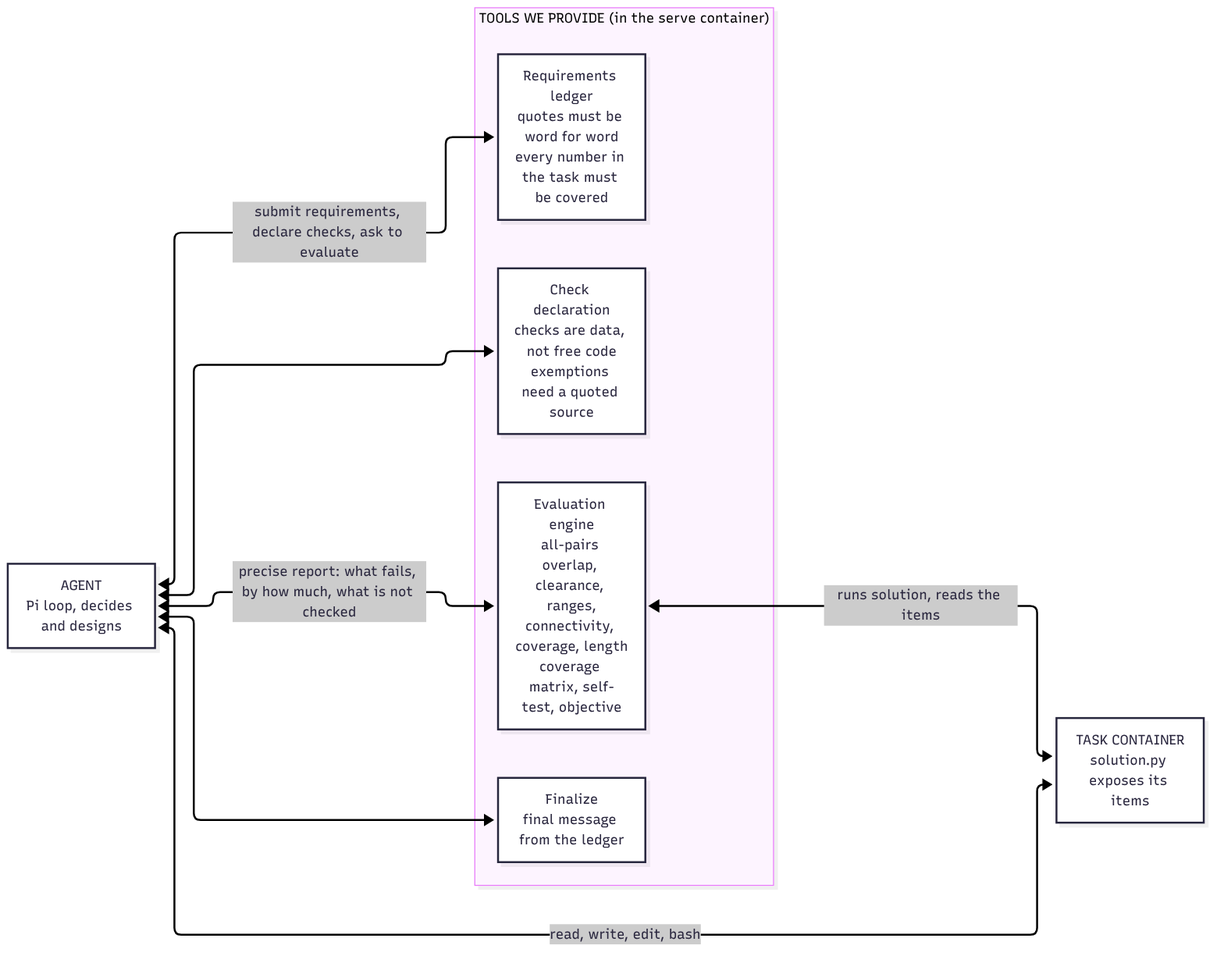
SophusRosendahl/ple-submission keeps this Mermaid diagram as docs/figures/fig5-structured-architecture.png. Above is the earlier version. Its source is kept beside it as docs/figures/fig5-structured-architecture.mmd.
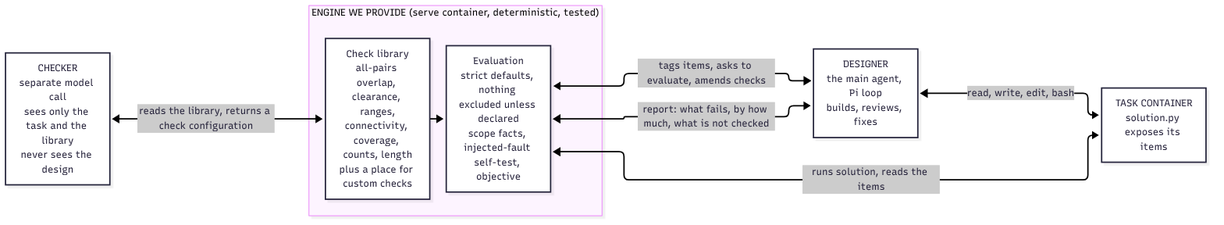
Later version of the same file.

Commit message:
Rung 3 redesigned: strict engine with a check library, an independent checker, a reviewing designer; no quote validation

The edit, as a diff of the source:
```diff
@@ -1,15 +1,14 @@
 flowchart LR
-  AG["AGENT<br/>Pi loop, decides and designs"]
-  subgraph TOOLS["TOOLS WE PROVIDE (in the serve container)"]
-    RL["Requirements ledger<br/>quotes must be word for word<br/>every number in the task must be covered"]
-    CD["Check declaration<br/>checks are data, not free code<br/>exemptions need a quoted source"]
-    EN["Evaluation engine<br/>all-pairs overlap, clearance, ranges,<br/>connectivity, coverage, length<br/>coverage matrix, self-test, objective"]
-    FN["Finalize<br/>final message from the ledger"]
+  CK["CHECKER<br/>separate model call<br/>sees only the task and the library<br/>never sees the design"]
+  DS["DESIGNER<br/>the main agent, Pi loop<br/>builds, reviews, fixes"]
+  subgraph ENG["ENGINE WE PROVIDE (serve container, deterministic, tested)"]
+    LB["Check library<br/>all-pairs overlap, clearance, ranges,<br/>connectivity, coverage, counts, length<br/>plus a place for custom checks"]
+    EV["Evaluation<br/>strict defaults, nothing excluded unless declared<br/>scope facts, injected-fault self-test, objective"]
   end
   TC["TASK CONTAINER<br/>solution.py exposes its items"]
-  AG <-->|"submit requirements, declare checks, ask to evaluate"| RL
-  AG <--> CD
-  AG <-->|"precise report: what fails, by how much, what is not checked"| EN
-  AG <--> FN
-  EN <-->|"runs solution, reads the items"| TC
-  AG <-->|"read, write, edit, bash"| TC
+  CK <-->|"reads the library, returns a check configuration"| LB
+  DS <-->|"tags items, asks to evaluate, amends checks"| EV
+  EV <-->|"report: what fails, by how much, what is not checked"| DS
+  LB --> EV
+  EV <-->|"runs solution, reads the items"| TC
+  DS <-->|"read, write, edit, bash"| TC
```
